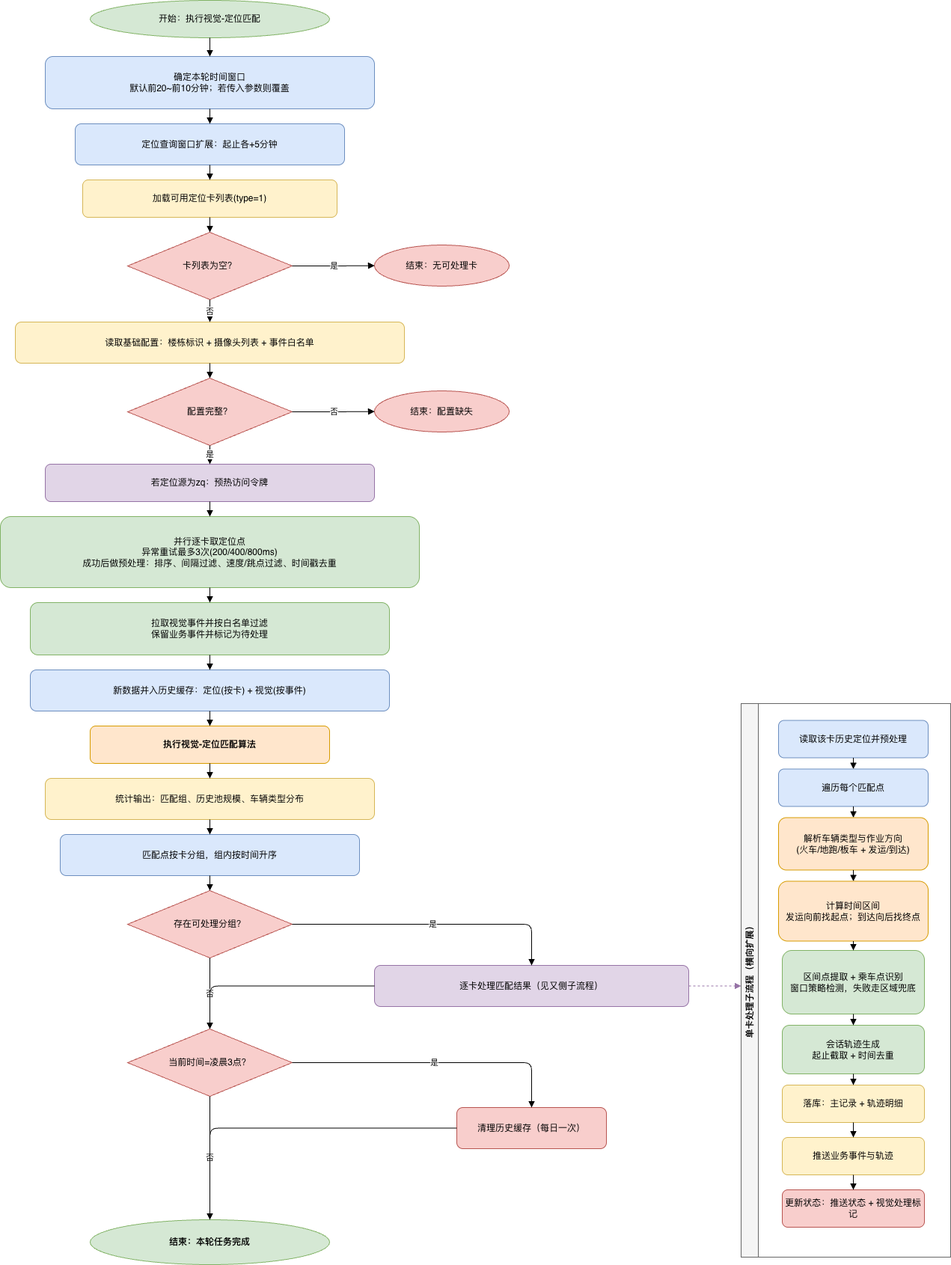
Lixian666/analysis-platform keeps this draw.io diagram as doc/定位卡与视觉行为分析模块流程图v1.0.drawio.png. Above is the earlier version. Source tidied: cells renumbered, new cells last; positions are measured from the earlier drawing's top-left corner, leaving out a move shared by most shapes.
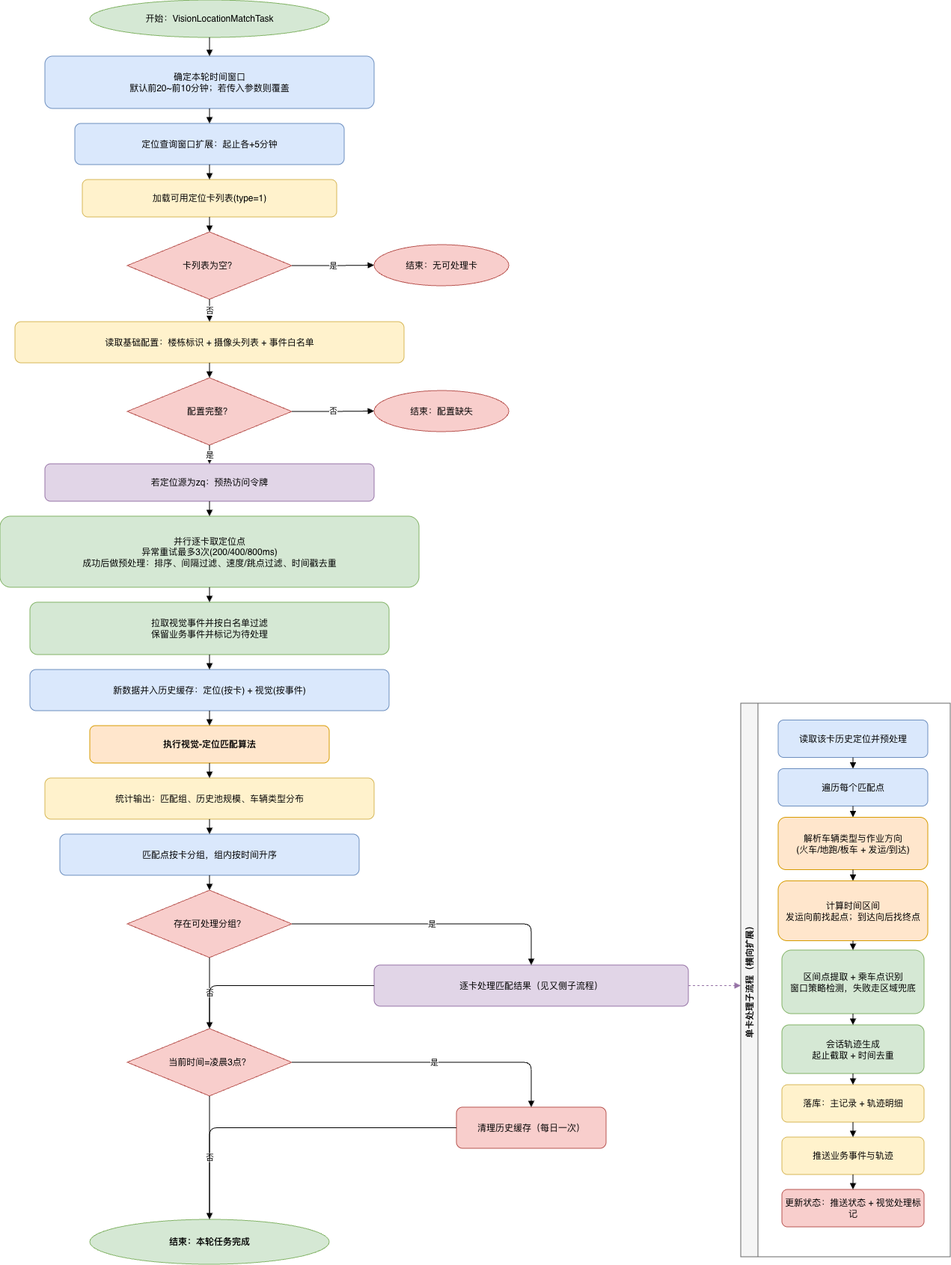
The same file after the commit.

Commit message:
docs(diagram): 更新定位卡与视觉行为分析模块流程图

- 调整流程图画布尺寸从2828x1588到808x454
- 将起始节点文本从"开始：执行视觉-定位匹配"更新为"开始：VisionLocationMatchTask"

Change to the diagram source:
```diff
@@ -2,7 +2,7 @@
   <root>
     <mxCell id="0" />
     <mxCell id="1" parent="0" />
-    <mxCell id="2" value="开始：执行视觉-定位匹配" style="ellipse;whiteSpace=wrap;html=1;fillColor=#d5e8d4;strokeColor=#82b366;" parent="1" vertex="1">
+    <mxCell id="2" value="开始：VisionLocationMatchTask" style="ellipse;whiteSpace=wrap;html=1;fillColor=#d5e8d4;strokeColor=#82b366;" parent="1" vertex="1">
       <mxGeometry x="120" width="320" height="50" as="geometry" />
     </mxCell>
     <mxCell id="3" value="确定本轮时间窗口&#10;默认前20~前10分钟；若传入参数则覆盖" style="rounded=1;whiteSpace=wrap;html=1;fillColor=#dae8fc;strokeColor=#6c8ebf;" parent="1" vertex="1">
```
